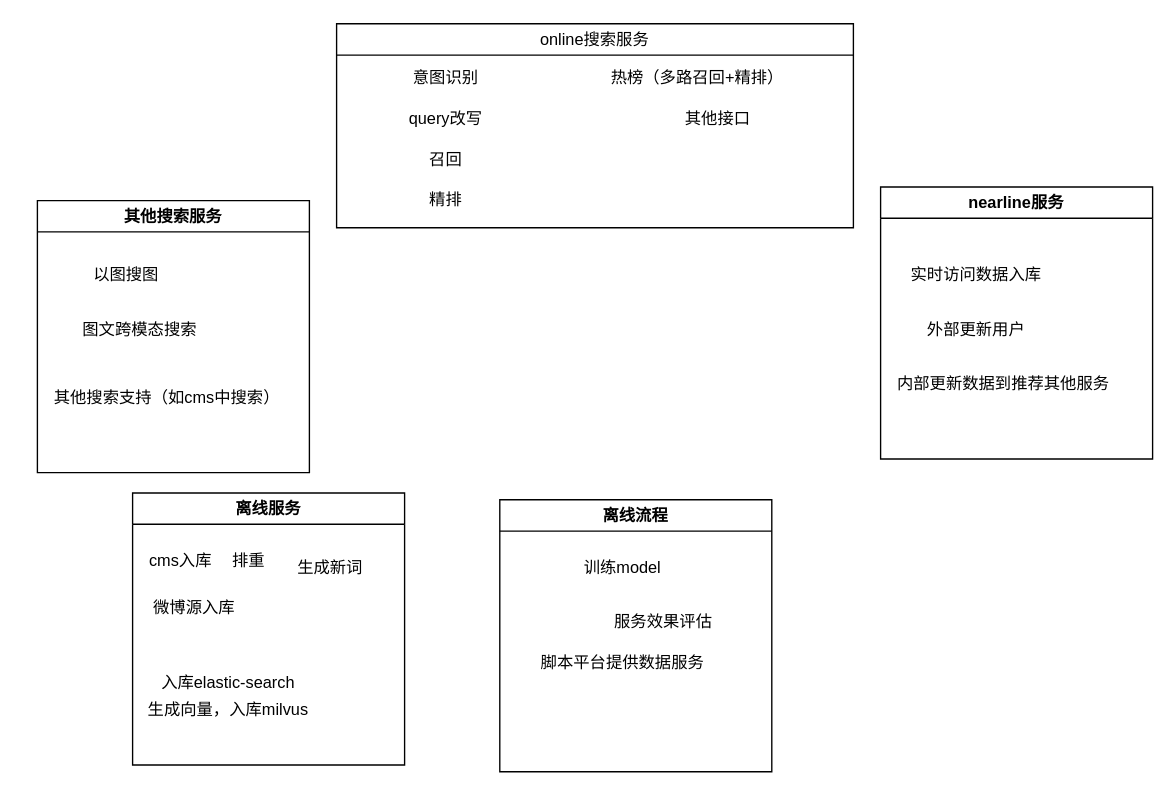
Before: draws/search_diagram.drawio in neoxue/simple-tools, a draw.io diagram. Source tidied: cells renumbered, new cells numbered last; positions are measured from the earlier drawing's top-left corner, leaving out a move shared by most shapes. Both pictures are drawn from the tidied source at 136%, with x=0, y=0 at pixel (37, 23).
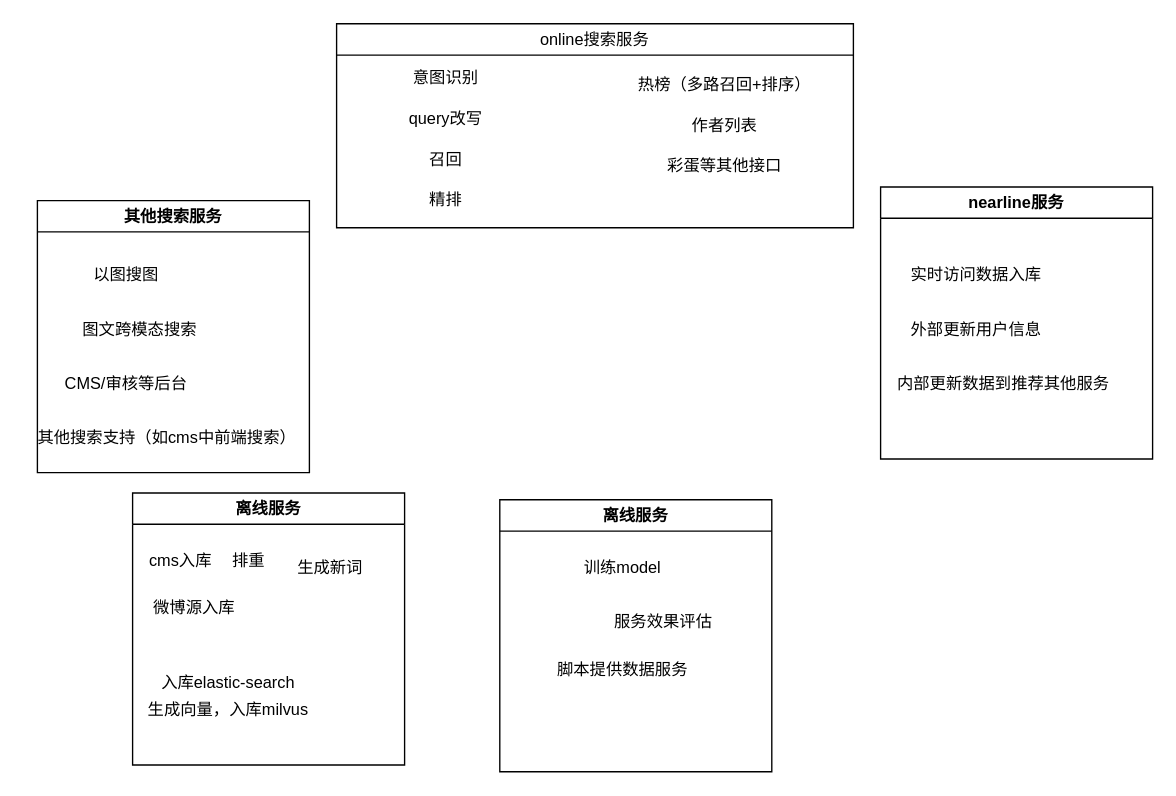
Above is the later version.

Unchanged cells that the change refers to:
```xml
<mxCell id="2" value="&lt;div style=&quot;text-align: left;&quot;&gt;&lt;span style=&quot;font-weight: 400;&quot;&gt;online搜索服务&lt;/span&gt;&lt;/div&gt;" style="swimlane;whiteSpace=wrap;html=1;" parent="1" vertex="1">
  <mxGeometry x="220" width="380" height="150" as="geometry" />
</mxCell>
<mxCell id="17" value="nearline服务" style="swimlane;whiteSpace=wrap;html=1;" parent="1" vertex="1">
  <mxGeometry x="620" y="120" width="200" height="200" as="geometry" />
</mxCell>
<mxCell id="21" value="其他搜索服务" style="swimlane;whiteSpace=wrap;html=1;" parent="1" vertex="1">
  <mxGeometry y="130" width="200" height="200" as="geometry" />
</mxCell>
```

What changed in the source:
```diff
@@
-    <mxCell id="7" value="&lt;span style=&quot;text-align: left;&quot;&gt;热榜（多路召回+精排）&lt;/span&gt;" style="text;html=1;align=center;verticalAlign=middle;strokeColor=none;fillColor=none;" parent="2" vertex="1">
-      <mxGeometry x="190" y="25" width="150" height="30" as="geometry" />
+    <mxCell id="7" value="&lt;span style=&quot;text-align: left;&quot;&gt;热榜（多路召回+排序）&lt;/span&gt;" style="text;html=1;align=center;verticalAlign=middle;strokeColor=none;fillColor=none;" parent="2" vertex="1">
+      <mxGeometry x="210" y="30" width="150" height="30" as="geometry" />
     </mxCell>
+    <mxCell id="27" value="作者列表" style="text;html=1;align=center;verticalAlign=middle;strokeColor=none;fillColor=none;" parent="2" vertex="1">
+      <mxGeometry x="250" y="60" width="70" height="30" as="geometry" />
+    </mxCell>
+    <mxCell id="28" value="彩蛋等其他接口" style="text;html=1;align=center;verticalAlign=middle;strokeColor=none;fillColor=none;" parent="2" vertex="1">
+      <mxGeometry x="230" y="90" width="110" height="30" as="geometry" />
+    </mxCell>
@@
-    <mxCell id="15" value="离线流程" style="swimlane;whiteSpace=wrap;html=1;" parent="1" vertex="1">
+    <mxCell id="15" value="离线服务" style="swimlane;whiteSpace=wrap;html=1;" parent="1" vertex="1">
       <mxGeometry x="340" y="350" width="200" height="200" as="geometry" />
     </mxCell>
-    <mxCell id="16" value="脚本平台提供数据服务" style="text;html=1;align=center;verticalAlign=middle;strokeColor=none;fillColor=none;" parent="15" vertex="1">
-      <mxGeometry x="20" y="105" width="140" height="30" as="geometry" />
+    <mxCell id="16" value="脚本提供数据服务" style="text;html=1;align=center;verticalAlign=middle;strokeColor=none;fillColor=none;" parent="15" vertex="1">
+      <mxGeometry x="30" y="110" width="120" height="30" as="geometry" />
     </mxCell>
@@
-    <mxCell id="19" value="外部更新用户" style="text;html=1;align=center;verticalAlign=middle;strokeColor=none;fillColor=none;" parent="17" vertex="1">
-      <mxGeometry x="20" y="90" width="100" height="30" as="geometry" />
+    <mxCell id="19" value="外部更新用户信息" style="text;html=1;align=center;verticalAlign=middle;strokeColor=none;fillColor=none;" parent="17" vertex="1">
+      <mxGeometry x="10" y="90" width="120" height="30" as="geometry" />
     </mxCell>
@@
-    <mxCell id="24" value="其他搜索支持（如cms中搜索）" style="text;html=1;align=center;verticalAlign=middle;strokeColor=none;fillColor=none;" parent="21" vertex="1">
-      <mxGeometry y="130" width="190" height="30" as="geometry" />
+    <mxCell id="24" value="其他搜索支持（如cms中前端搜索）" style="text;html=1;align=center;verticalAlign=middle;strokeColor=none;fillColor=none;" parent="21" vertex="1">
+      <mxGeometry x="-10" y="160" width="210" height="30" as="geometry" />
     </mxCell>
+    <mxCell id="29" value="CMS/审核等后台" style="text;html=1;align=center;verticalAlign=middle;strokeColor=none;fillColor=none;" parent="21" vertex="1">
+      <mxGeometry x="10" y="120" width="110" height="30" as="geometry" />
+    </mxCell>
@@
-    <mxCell id="27" value="其他接口" style="text;html=1;align=center;verticalAlign=middle;strokeColor=none;fillColor=none;" parent="1" vertex="1">
-      <mxGeometry x="465" y="55" width="70" height="30" as="geometry" />
-    </mxCell>
```
